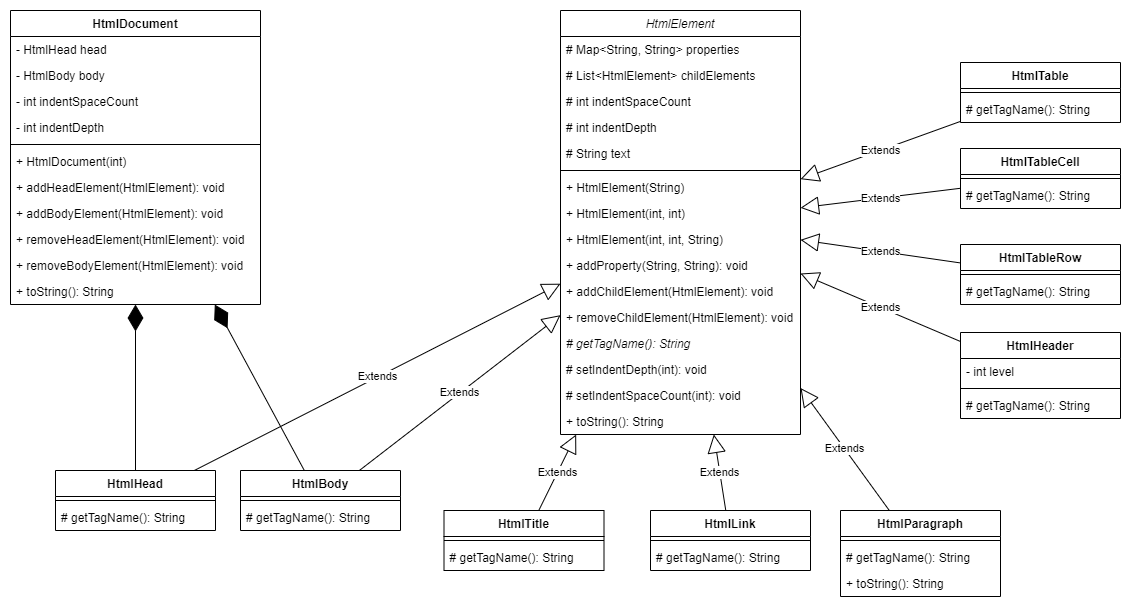
The draw.io diagram UML/Html-generator-drawio.png in Vajaylm/HtmlGenerator, before a commit. Source tidied: cells renumbered, new cells last; positions are measured from the earlier drawing's top-left corner, leaving out a move shared by most shapes.
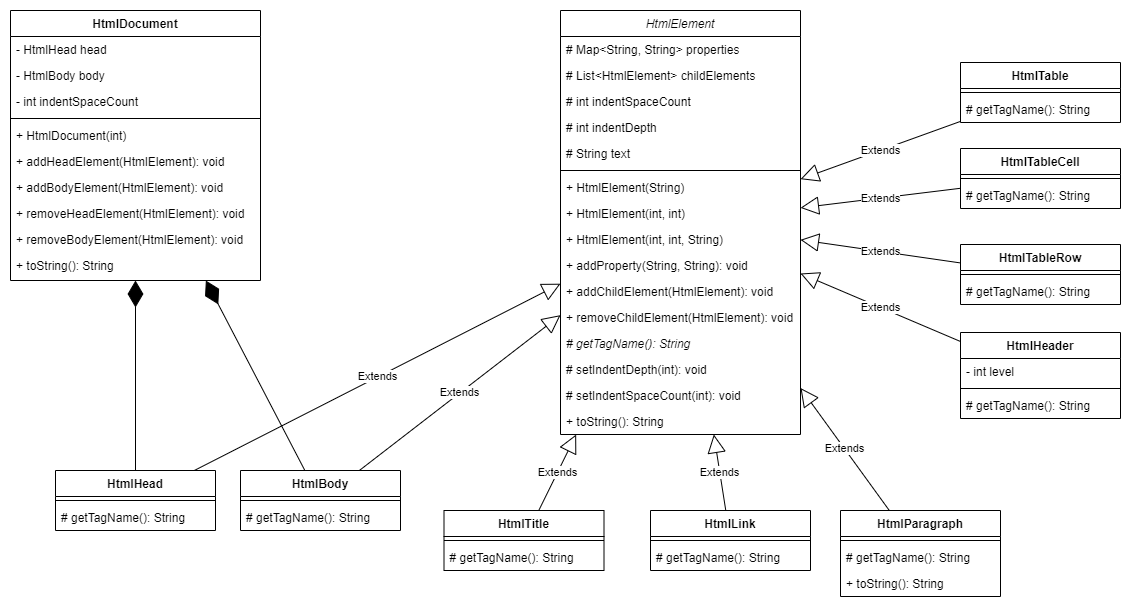
Later version of the same file.

Commit message:
Remove unnecessary field from HtmlDocument

The edit, as a diff of the source:
```diff
@@ -54,7 +54,7 @@
       <mxGeometry y="398" width="240" height="26" as="geometry" />
     </mxCell>
     <mxCell id="19" value="HtmlDocument" style="swimlane;fontStyle=1;align=center;verticalAlign=top;horizontal=1;startSize=26;rounded=0;shadow=0;strokeWidth=1;" parent="1" vertex="1">
-      <mxGeometry width="250" height="294" as="geometry" />
+      <mxGeometry width="250" height="270" as="geometry" />
     </mxCell>
     <mxCell id="20" value="- HtmlHead head&#10;" style="text;align=left;verticalAlign=top;spacingLeft=4;spacingRight=4;overflow=hidden;" parent="19" vertex="1">
       <mxGeometry y="26" width="250" height="26" as="geometry" />
@@ -65,29 +65,26 @@
     <mxCell id="22" value="- int indentSpaceCount" style="text;align=left;verticalAlign=top;spacingLeft=4;spacingRight=4;overflow=hidden;rounded=0;shadow=0;html=0;" parent="19" vertex="1">
       <mxGeometry y="78" width="250" height="26" as="geometry" />
     </mxCell>
-    <mxCell id="23" value="- int indentDepth" style="text;align=left;verticalAlign=top;spacingLeft=4;spacingRight=4;overflow=hidden;rounded=0;shadow=0;html=0;" parent="19" vertex="1">
-      <mxGeometry y="104" width="250" height="26" as="geometry" />
-    </mxCell>
     <mxCell id="24" style="line;html=1;strokeWidth=1;align=left;verticalAlign=middle;spacingTop=-1;spacingLeft=3;spacingRight=3;labelPosition=right;" parent="19" vertex="1">
-      <mxGeometry y="130" width="250" height="8" as="geometry" />
+      <mxGeometry y="104" width="250" height="8" as="geometry" />
     </mxCell>
     <mxCell id="25" value="+ HtmlDocument(int)" style="text;align=left;verticalAlign=top;spacingLeft=4;spacingRight=4;overflow=hidden;" parent="19" vertex="1">
-      <mxGeometry y="138" width="250" height="26" as="geometry" />
+      <mxGeometry y="112" width="250" height="26" as="geometry" />
     </mxCell>
     <mxCell id="26" value="+ addHeadElement(HtmlElement): void" style="text;align=left;verticalAlign=top;spacingLeft=4;spacingRight=4;overflow=hidden;" parent="19" vertex="1">
-      <mxGeometry y="164" width="250" height="26" as="geometry" />
+      <mxGeometry y="138" width="250" height="26" as="geometry" />
     </mxCell>
     <mxCell id="27" value="+ addBodyElement(HtmlElement): void" style="text;align=left;verticalAlign=top;spacingLeft=4;spacingRight=4;overflow=hidden;" parent="19" vertex="1">
-      <mxGeometry y="190" width="250" height="26" as="geometry" />
+      <mxGeometry y="164" width="250" height="26" as="geometry" />
     </mxCell>
     <mxCell id="28" value="+ removeHeadElement(HtmlElement): void" style="text;align=left;verticalAlign=top;spacingLeft=4;spacingRight=4;overflow=hidden;" parent="19" vertex="1">
-      <mxGeometry y="216" width="250" height="26" as="geometry" />
+      <mxGeometry y="190" width="250" height="26" as="geometry" />
     </mxCell>
     <mxCell id="29" value="+ removeBodyElement(HtmlElement): void" style="text;align=left;verticalAlign=top;spacingLeft=4;spacingRight=4;overflow=hidden;" parent="19" vertex="1">
-      <mxGeometry y="242" width="250" height="26" as="geometry" />
+      <mxGeometry y="216" width="250" height="26" as="geometry" />
     </mxCell>
     <mxCell id="30" value="+ toString(): String" style="text;align=left;verticalAlign=top;spacingLeft=4;spacingRight=4;overflow=hidden;" parent="19" vertex="1">
-      <mxGeometry y="268" width="250" height="26" as="geometry" />
+      <mxGeometry y="242" width="250" height="26" as="geometry" />
     </mxCell>
     <mxCell id="31" value="HtmlBody" style="swimlane;fontStyle=1;align=center;verticalAlign=top;horizontal=1;startSize=26;" parent="1" vertex="1">
       <mxGeometry x="230" y="460" width="160" height="60" as="geometry" />
```
